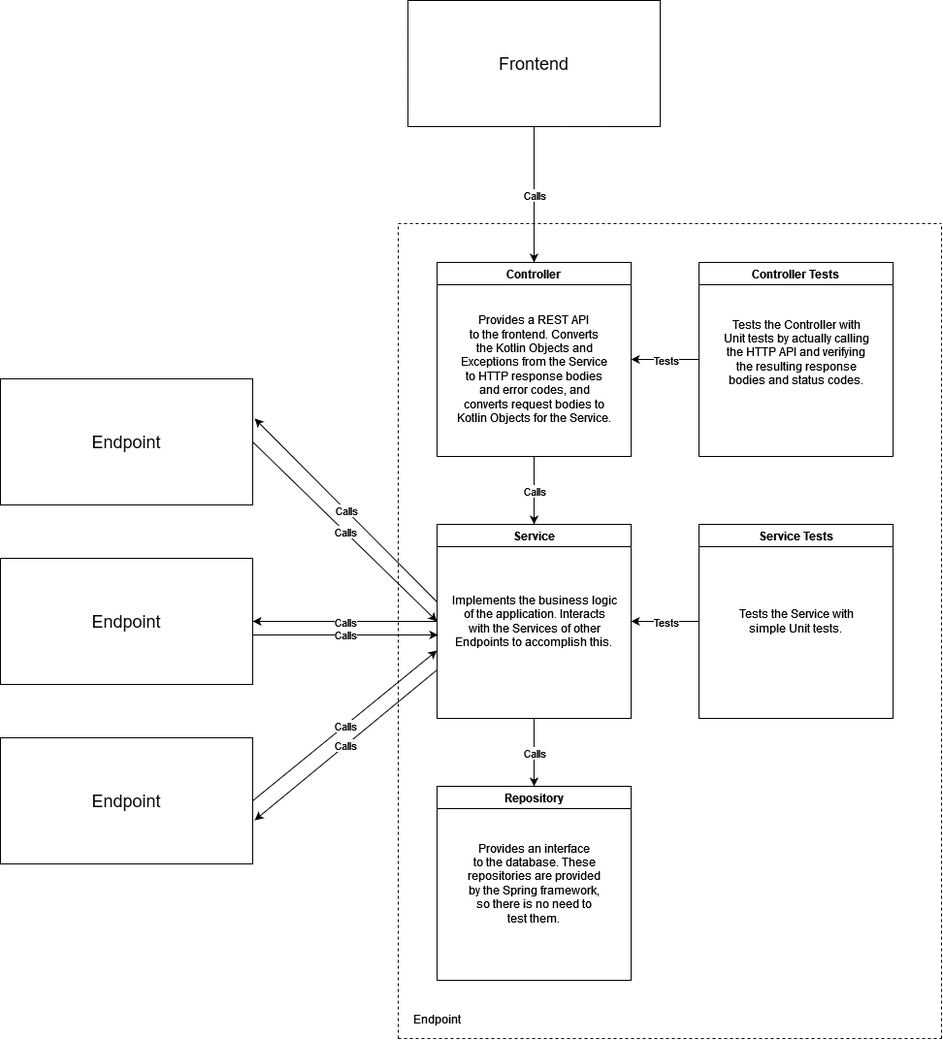
Above: docs/endpoint_structure.png in SELab-2/OSOC-1 (draw.io), before the change. Source tidied: cells renumbered, new cells last; positions are measured from the earlier drawing's top-left corner, leaving out a move shared by most shapes. Source of this version:
```xml
<mxGraphModel background="#ffffff">
  <root>
    <mxCell id="0" />
    <mxCell id="1" parent="0" />
    <mxCell id="2" value="Controller" style="swimlane;" parent="1" vertex="1">
      <mxGeometry x="450" y="270" width="200" height="200" as="geometry" />
    </mxCell>
    <mxCell id="3" value="&lt;div&gt;Provides a REST API &lt;br&gt;&lt;/div&gt;&lt;div&gt;to the frontend. Converts&lt;/div&gt;&lt;div&gt;the Kotlin Objects and&lt;/div&gt;&lt;div&gt;Exceptions from the Service &lt;br&gt;&lt;/div&gt;&lt;div&gt;to HTTP response bodies &lt;br&gt;&lt;/div&gt;&lt;div&gt;and error codes, and&lt;/div&gt;&lt;div&gt;converts request bodies to&lt;/div&gt;&lt;div&gt;Kotlin Objects for the Service.&lt;/div&gt;" style="text;html=1;align=center;verticalAlign=middle;strokeColor=none;fillColor=none;" parent="2" vertex="1">
      <mxGeometry x="15" y="50" width="170" height="120" as="geometry" />
    </mxCell>
    <mxCell id="4" value="Service" style="swimlane;startSize=23;" parent="1" vertex="1">
      <mxGeometry x="450" y="540" width="200" height="200" as="geometry" />
    </mxCell>
    <mxCell id="5" value="&lt;div&gt;Implements the business logic &lt;br&gt;&lt;/div&gt;&lt;div&gt;of the application. Interacts&lt;/div&gt;&lt;div&gt;with the Services of other&lt;/div&gt;&lt;div&gt;Endpoints to accomplish this. &lt;br&gt;&lt;/div&gt;" style="text;html=1;align=center;verticalAlign=middle;points=[];strokeColor=none;fillColor=none;" parent="4" vertex="1">
      <mxGeometry x="5" y="70" width="190" height="60" as="geometry" />
    </mxCell>
    <mxCell id="6" style="endArrow=classic;html=1;rounded=0;exitX=0.5;exitY=1;exitDx=0;exitDy=0;entryX=0.5;entryY=0;entryDx=0;entryDy=0;" parent="1" edge="1" source="2" target="4">
      <mxGeometry relative="1" as="geometry" />
    </mxCell>
    <mxCell id="7" value="Calls" style="edgeLabel;html=1;align=center;verticalAlign=middle;" parent="6" vertex="1">
      <mxGeometry relative="1" as="geometry" />
    </mxCell>
    <mxCell id="8" value="Repository" style="swimlane;" parent="1" vertex="1">
      <mxGeometry x="450" y="810" width="200" height="200" as="geometry" />
    </mxCell>
    <mxCell id="9" value="&lt;div&gt;Provides an interface &lt;br&gt;&lt;/div&gt;&lt;div&gt;to the database. These&lt;/div&gt;&lt;div&gt;repositories are provided&lt;/div&gt;&lt;div&gt;by the Spring framework,&lt;/div&gt;&lt;div&gt;so there is no need to&lt;/div&gt;&lt;div&gt;test them.&lt;br&gt;&lt;/div&gt;" style="text;html=1;align=center;verticalAlign=middle;strokeColor=none;fillColor=none;" parent="8" vertex="1">
      <mxGeometry x="25" y="55" width="150" height="90" as="geometry" />
    </mxCell>
    <mxCell id="10" style="endArrow=classic;html=1;rounded=0;exitX=0.5;exitY=1;exitDx=0;exitDy=0;entryX=0.5;entryY=0;entryDx=0;entryDy=0;" parent="1" edge="1" source="4" target="8">
      <mxGeometry relative="1" as="geometry" />
    </mxCell>
    <mxCell id="11" value="Calls" style="edgeLabel;html=1;align=center;verticalAlign=middle;" parent="10" vertex="1">
      <mxGeometry relative="1" as="geometry" />
    </mxCell>
    <mxCell id="12" style="endArrow=none;dashed=1;html=1;rounded=0;" parent="1" edge="1">
      <mxGeometry relative="1" as="geometry">
        <mxPoint x="410" y="1070" as="sourcePoint" />
        <mxPoint x="410" y="230" as="targetPoint" />
      </mxGeometry>
    </mxCell>
    <mxCell id="13" value="Service Tests" style="swimlane;" parent="1" vertex="1">
      <mxGeometry x="720" y="540" width="200" height="200" as="geometry" />
    </mxCell>
    <mxCell id="14" value="&lt;div&gt;Tests the Service with&lt;/div&gt;&lt;div&gt;simple Unit tests.&lt;br&gt;&lt;/div&gt;" style="text;html=1;align=center;verticalAlign=middle;strokeColor=none;fillColor=none;" parent="13" vertex="1">
      <mxGeometry x="35" y="85" width="130" height="30" as="geometry" />
    </mxCell>
    <mxCell id="15" style="endArrow=classic;html=1;rounded=0;exitX=0;exitY=0.5;exitDx=0;exitDy=0;entryX=1;entryY=0.5;entryDx=0;entryDy=0;" parent="1" edge="1" source="13" target="4">
      <mxGeometry relative="1" as="geometry" />
    </mxCell>
    <mxCell id="16" value="Tests" style="edgeLabel;html=1;align=center;verticalAlign=middle;" parent="15" vertex="1">
      <mxGeometry relative="1" as="geometry" />
    </mxCell>
    <mxCell id="17" value="Controller Tests" style="swimlane;" parent="1" vertex="1">
      <mxGeometry x="720" y="270" width="200" height="200" as="geometry" />
    </mxCell>
    <mxCell id="18" value="&lt;div&gt;Tests the Controller with&lt;/div&gt;&lt;div&gt;Unit tests by actually calling&lt;/div&gt;&lt;div&gt;the HTTP API and verifying&lt;/div&gt;&lt;div&gt;the resulting response&lt;/div&gt;&lt;div&gt;bodies and status codes.&lt;/div&gt;&lt;div&gt;&lt;br&gt;&lt;/div&gt;" style="text;html=1;align=center;verticalAlign=middle;strokeColor=none;fillColor=none;" parent="17" vertex="1">
      <mxGeometry x="15" y="55" width="170" height="90" as="geometry" />
    </mxCell>
    <mxCell id="19" style="endArrow=classic;html=1;rounded=0;exitX=0;exitY=0.5;exitDx=0;exitDy=0;entryX=1;entryY=0.5;entryDx=0;entryDy=0;" parent="1" edge="1" source="17" target="2">
      <mxGeometry relative="1" as="geometry" />
    </mxCell>
    <mxCell id="20" value="Tests" style="edgeLabel;html=1;align=center;verticalAlign=middle;" parent="19" vertex="1">
      <mxGeometry relative="1" as="geometry" />
    </mxCell>
    <mxCell id="21" style="endArrow=none;dashed=1;html=1;rounded=0;" parent="1" edge="1">
      <mxGeometry relative="1" as="geometry">
        <mxPoint x="410" y="1070" as="sourcePoint" />
        <mxPoint x="970" y="1070" as="targetPoint" />
      </mxGeometry>
    </mxCell>
    <mxCell id="22" style="endArrow=none;dashed=1;html=1;rounded=0;" parent="1" edge="1">
      <mxGeometry relative="1" as="geometry">
        <mxPoint x="970" y="1070" as="sourcePoint" />
        <mxPoint x="970" y="230" as="targetPoint" />
      </mxGeometry>
    </mxCell>
    <mxCell id="23" style="endArrow=none;dashed=1;html=1;rounded=0;" parent="1" edge="1">
      <mxGeometry relative="1" as="geometry">
        <mxPoint x="410" y="230" as="sourcePoint" />
        <mxPoint x="970" y="230" as="targetPoint" />
      </mxGeometry>
    </mxCell>
    <mxCell id="24" value="Endpoint" style="text;html=1;align=center;verticalAlign=middle;strokeColor=none;fillColor=none;" parent="1" vertex="1">
      <mxGeometry x="420" y="1040" width="60" height="20" as="geometry" />
    </mxCell>
    <mxCell id="25" value="&lt;font style=&quot;font-size: 18px&quot;&gt;Endpoint&lt;/font&gt;" style="rounded=0;whiteSpace=wrap;html=1;" parent="1" vertex="1">
      <mxGeometry y="390" width="260" height="130" as="geometry" />
    </mxCell>
    <mxCell id="26" value="&lt;font style=&quot;font-size: 18px&quot;&gt;Endpoint&lt;/font&gt;" style="rounded=0;whiteSpace=wrap;html=1;" parent="1" vertex="1">
      <mxGeometry y="575" width="260" height="130" as="geometry" />
    </mxCell>
    <mxCell id="27" value="&lt;font style=&quot;font-size: 18px&quot;&gt;Endpoint&lt;/font&gt;" style="rounded=0;whiteSpace=wrap;html=1;" parent="1" vertex="1">
      <mxGeometry y="760" width="260" height="130" as="geometry" />
    </mxCell>
    <mxCell id="28" style="endArrow=classic;html=1;rounded=0;exitX=1;exitY=0.5;exitDx=0;exitDy=0;entryX=0;entryY=0.5;entryDx=0;entryDy=0;" parent="1" edge="1" source="25" target="4">
      <mxGeometry relative="1" as="geometry" />
    </mxCell>
    <mxCell id="29" value="Calls" style="edgeLabel;html=1;align=center;verticalAlign=middle;" parent="28" vertex="1">
      <mxGeometry relative="1" as="geometry" />
    </mxCell>
    <mxCell id="30" style="endArrow=classic;html=1;rounded=0;entryX=1.008;entryY=0.315;entryDx=0;entryDy=0;entryPerimeter=0;" parent="1" edge="1" target="25">
      <mxGeometry relative="1" as="geometry">
        <mxPoint x="450" y="620" as="sourcePoint" />
      </mxGeometry>
    </mxCell>
    <mxCell id="31" value="Calls" style="edgeLabel;html=1;align=center;verticalAlign=middle;" parent="30" vertex="1">
      <mxGeometry relative="1" as="geometry" />
    </mxCell>
    <mxCell id="32" style="endArrow=classic;html=1;rounded=0;exitX=0;exitY=0.5;exitDx=0;exitDy=0;entryX=1;entryY=0.5;entryDx=0;entryDy=0;" parent="1" edge="1" source="4" target="26">
      <mxGeometry relative="1" as="geometry" />
    </mxCell>
    <mxCell id="33" value="Calls" style="edgeLabel;html=1;align=center;verticalAlign=middle;" parent="32" vertex="1">
      <mxGeometry relative="1" as="geometry" />
    </mxCell>
    <mxCell id="34" style="endArrow=classic;html=1;rounded=0;entryX=-0.021;entryY=0.733;entryDx=0;entryDy=0;entryPerimeter=0;" parent="1" edge="1" target="5">
      <mxGeometry relative="1" as="geometry">
        <mxPoint x="260" y="654" as="sourcePoint" />
      </mxGeometry>
    </mxCell>
    <mxCell id="35" value="Calls" style="edgeLabel;html=1;align=center;verticalAlign=middle;" parent="34" vertex="1">
      <mxGeometry relative="1" as="geometry" />
    </mxCell>
    <mxCell id="36" style="endArrow=classic;html=1;rounded=0;exitX=1;exitY=0.5;exitDx=0;exitDy=0;" parent="1" edge="1" source="27">
      <mxGeometry relative="1" as="geometry">
        <mxPoint x="450" y="670" as="targetPoint" />
      </mxGeometry>
    </mxCell>
    <mxCell id="37" value="Calls" style="edgeLabel;html=1;align=center;verticalAlign=middle;" parent="36" vertex="1">
      <mxGeometry relative="1" as="geometry" />
    </mxCell>
    <mxCell id="38" style="endArrow=classic;html=1;rounded=0;exitX=0;exitY=0.75;exitDx=0;exitDy=0;entryX=1.008;entryY=0.654;entryDx=0;entryDy=0;entryPerimeter=0;" parent="1" edge="1" source="4" target="27">
      <mxGeometry relative="1" as="geometry" />
    </mxCell>
    <mxCell id="39" value="Calls" style="edgeLabel;html=1;align=center;verticalAlign=middle;" parent="38" vertex="1">
      <mxGeometry relative="1" as="geometry" />
    </mxCell>
    <mxCell id="40" value="&lt;font style=&quot;font-size: 18px&quot;&gt;Frontend&lt;/font&gt;" style="rounded=0;whiteSpace=wrap;html=1;" parent="1" vertex="1">
      <mxGeometry x="420" width="260" height="130" as="geometry" />
    </mxCell>
    <mxCell id="41" style="endArrow=classic;html=1;rounded=0;exitX=0.5;exitY=1;exitDx=0;exitDy=0;entryX=0.5;entryY=0;entryDx=0;entryDy=0;" parent="1" edge="1" source="40" target="2">
      <mxGeometry relative="1" as="geometry" />
    </mxCell>
    <mxCell id="42" value="Calls" style="edgeLabel;html=1;align=center;verticalAlign=middle;" parent="41" vertex="1">
      <mxGeometry relative="1" as="geometry" />
    </mxCell>
  </root>
</mxGraphModel>
```
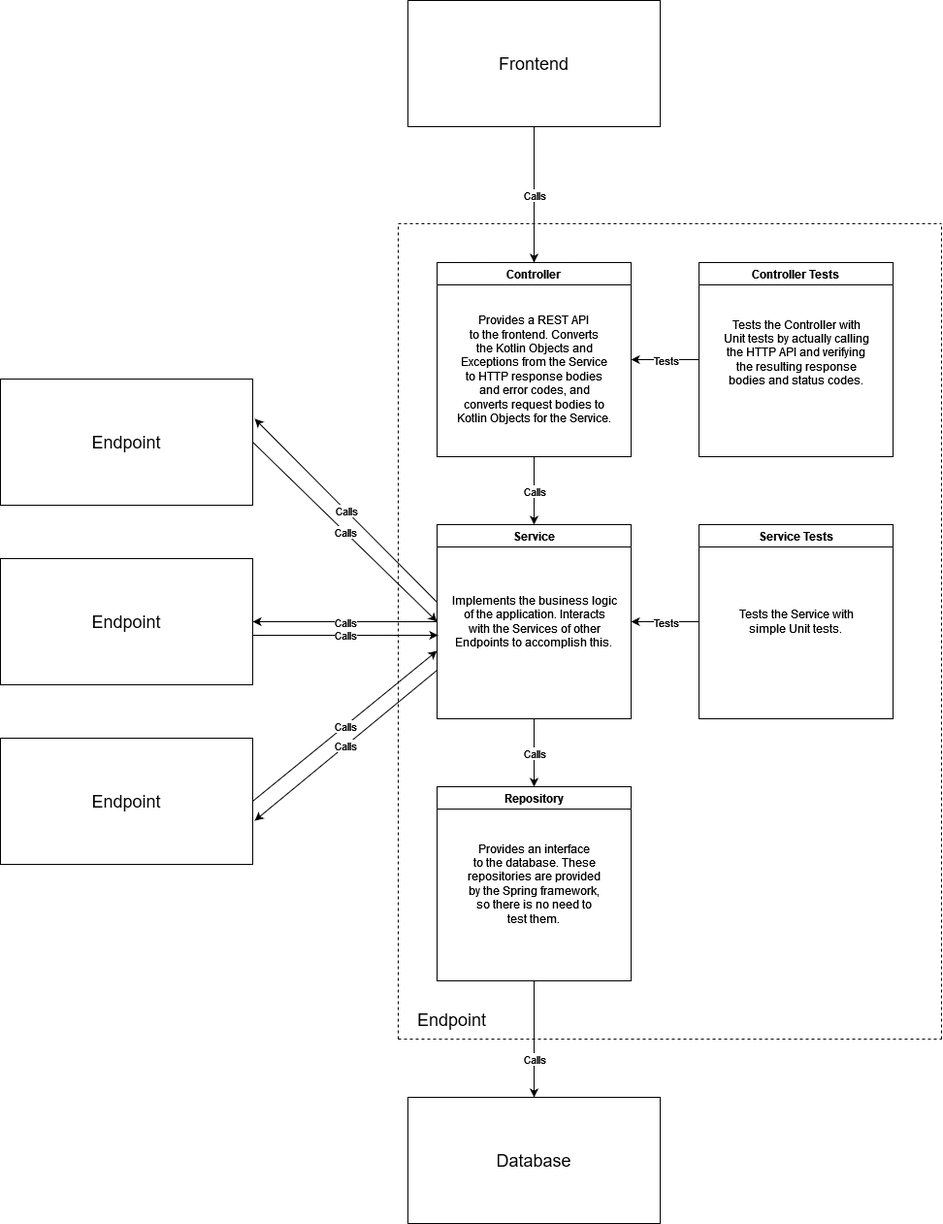
After the change.

Commit message:
docs: add database to endpoint structure

Diff of the diagram source:
```diff
@@ -80,8 +80,8 @@
         <mxPoint x="970" y="230" as="targetPoint" />
       </mxGeometry>
     </mxCell>
-    <mxCell id="24" value="Endpoint" style="text;html=1;align=center;verticalAlign=middle;strokeColor=none;fillColor=none;" parent="1" vertex="1">
-      <mxGeometry x="420" y="1040" width="60" height="20" as="geometry" />
+    <mxCell id="24" value="&lt;font style=&quot;font-size: 18px&quot;&gt;Endpoint&lt;/font&gt;" style="text;html=1;align=center;verticalAlign=middle;strokeColor=none;fillColor=none;" parent="1" vertex="1">
+      <mxGeometry x="420" y="1040" width="90" height="20" as="geometry" />
     </mxCell>
     <mxCell id="25" value="&lt;font style=&quot;font-size: 18px&quot;&gt;Endpoint&lt;/font&gt;" style="rounded=0;whiteSpace=wrap;html=1;" parent="1" vertex="1">
       <mxGeometry y="390" width="260" height="130" as="geometry" />
@@ -143,5 +143,16 @@
     <mxCell id="42" value="Calls" style="edgeLabel;html=1;align=center;verticalAlign=middle;" parent="41" vertex="1">
       <mxGeometry relative="1" as="geometry" />
     </mxCell>
+    <mxCell id="43" value="&lt;font style=&quot;font-size: 18px&quot;&gt;Database&lt;/font&gt;" style="rounded=0;whiteSpace=wrap;html=1;" parent="1" vertex="1">
+      <mxGeometry x="420" y="1130" width="260" height="130" as="geometry" />
+    </mxCell>
+    <mxCell id="44" style="endArrow=classic;html=1;rounded=0;exitX=0.5;exitY=1;exitDx=0;exitDy=0;entryX=0.5;entryY=0;entryDx=0;entryDy=0;" parent="1" edge="1" source="8" target="43">
+      <mxGeometry relative="1" as="geometry" />
+    </mxCell>
+    <mxCell id="45" value="Calls" style="edgeLabel;html=1;align=center;verticalAlign=middle;" parent="44" vertex="1">
+      <mxGeometry relative="1" as="geometry">
+        <mxPoint y="20" as="offset" />
+      </mxGeometry>
+    </mxCell>
   </root>
 </mxGraphModel>
```
